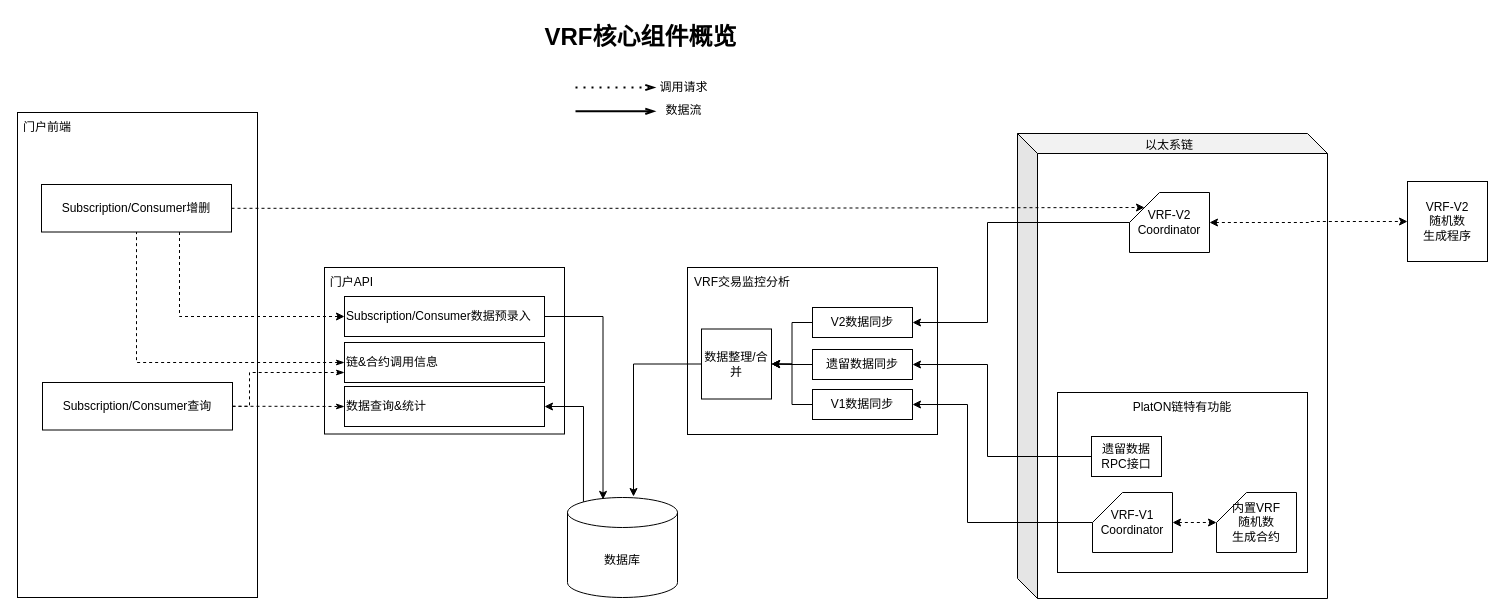
The draw.io diagram page "VRF核心组件概览" (1 of 6) of VRF-architecture.drawio in trevorch/drawio, before the edit. Source tidied: cells renumbered, new cells numbered last; positions are measured from the earlier drawing's top-left corner, leaving out a move shared by most shapes. Both pictures are drawn from the tidied source at 100%, with x=0, y=0 at pixel (17, 17).
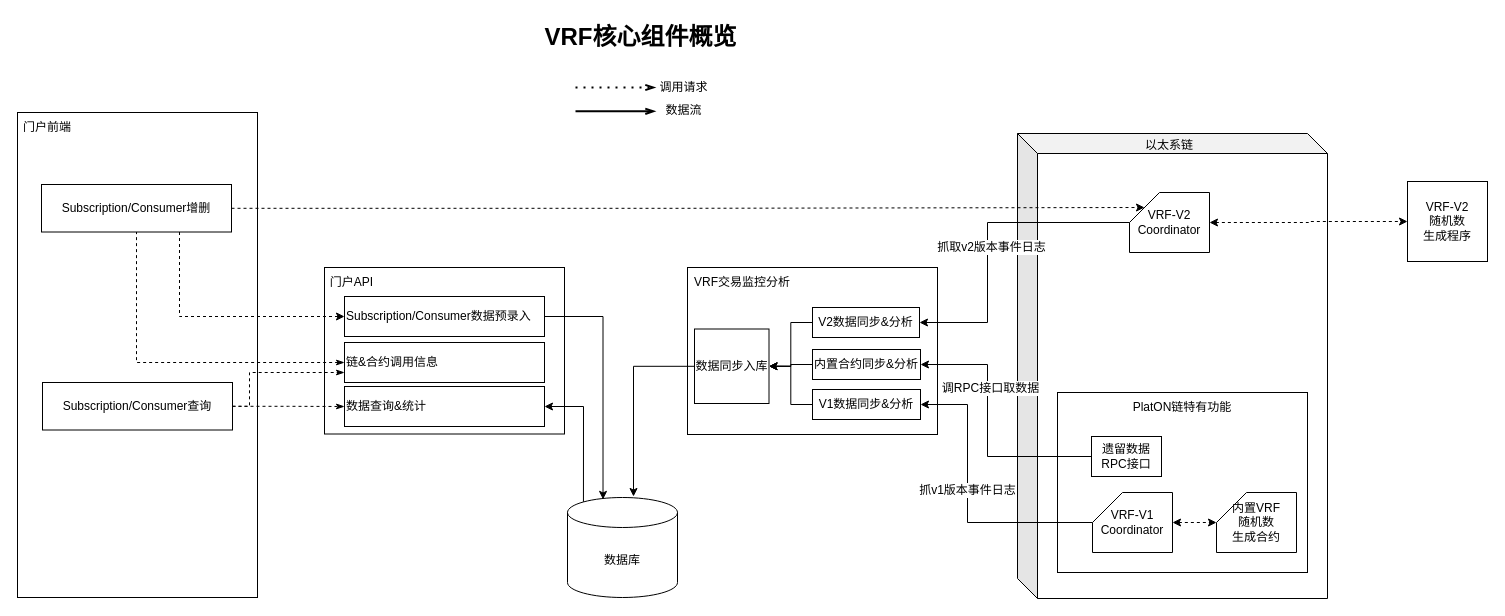
After the change.

The change refers to these unchanged cells:
```xml
<mxCell id="2" style="group;" parent="1" vertex="1">
  <mxGeometry x="670" y="250" width="250" height="167" as="geometry" />
</mxCell>
<mxCell id="31" style="edgeStyle=orthogonalEdgeStyle;rounded=0;jettySize=auto;html=1;entryX=1;entryY=0.5;entryDx=0;entryDy=0;fontSize=12;startArrow=none;startFill=0;" parent="1" edge="1" source="22" target="7">
  <mxGeometry relative="1" as="geometry">
    <Array as="points">
      <mxPoint x="970" y="205" />
      <mxPoint x="970" y="305" />
    </Array>
  </mxGeometry>
</mxCell>
<mxCell id="32" style="edgeStyle=orthogonalEdgeStyle;rounded=0;jettySize=auto;html=1;entryX=1;entryY=0.5;entryDx=0;entryDy=0;fontSize=12;startArrow=none;startFill=0;" parent="1" edge="1" source="20" target="5">
  <mxGeometry relative="1" as="geometry">
    <Array as="points">
      <mxPoint x="970" y="439" />
      <mxPoint x="970" y="347" />
    </Array>
  </mxGeometry>
</mxCell>
<mxCell id="33" style="edgeStyle=orthogonalEdgeStyle;rounded=0;jettySize=auto;html=1;entryX=1;entryY=0.5;entryDx=0;entryDy=0;fontSize=12;startArrow=none;startFill=0;" parent="1" edge="1" source="19" target="6">
  <mxGeometry relative="1" as="geometry">
    <Array as="points">
      <mxPoint x="950" y="505" />
      <mxPoint x="950" y="387" />
    </Array>
  </mxGeometry>
</mxCell>
```

Change to the diagram source:
```diff
@@
-    <mxCell id="5" value="遗留数据同步" style="rounded=0;whiteSpace=wrap;html=1;fontSize=12;" parent="2" vertex="1">
-      <mxGeometry x="125" y="82" width="100" height="30" as="geometry" />
+    <mxCell id="5" value="内置合约同步&amp;amp;分析" style="rounded=0;whiteSpace=wrap;html=1;fontSize=12;" parent="2" vertex="1">
+      <mxGeometry x="125" y="82" width="108" height="30" as="geometry" />
     </mxCell>
-    <mxCell id="6" value="V1数据同步" style="rounded=0;whiteSpace=wrap;html=1;fontSize=12;" parent="2" vertex="1">
-      <mxGeometry x="125" y="122" width="100" height="30" as="geometry" />
+    <mxCell id="6" value="V1数据同步&amp;amp;分析" style="rounded=0;whiteSpace=wrap;html=1;fontSize=12;" parent="2" vertex="1">
+      <mxGeometry x="125" y="122" width="108" height="30" as="geometry" />
     </mxCell>
-    <mxCell id="7" value="V2数据同步" style="rounded=0;whiteSpace=wrap;html=1;fontSize=12;" parent="2" vertex="1">
-      <mxGeometry x="125" y="40" width="100" height="30" as="geometry" />
+    <mxCell id="7" value="V2数据同步&amp;amp;分析" style="rounded=0;whiteSpace=wrap;html=1;fontSize=12;" parent="2" vertex="1">
+      <mxGeometry x="125" y="40" width="107" height="30" as="geometry" />
     </mxCell>
-    <mxCell id="8" value="数据整理/合并" style="whiteSpace=wrap;html=1;fontSize=12;" parent="2" vertex="1">
-      <mxGeometry x="14" y="61.5" width="70" height="70" as="geometry" />
+    <mxCell id="8" value="数据同步入库" style="whiteSpace=wrap;html=1;fontSize=12;" parent="2" vertex="1">
+      <mxGeometry x="7" y="61.5" width="74.5" height="74.5" as="geometry" />
     </mxCell>
@@
+    <mxCell id="52" value="抓取v2版本事件日志" style="edgeLabel;html=1;align=center;verticalAlign=middle;fontSize=12;" parent="31" vertex="1">
+      <mxGeometry x="0.07" y="3" relative="1" as="geometry" />
+    </mxCell>
@@
+    <mxCell id="53" value="调RPC接口取数据" style="edgeLabel;html=1;align=center;verticalAlign=middle;fontSize=12;" parent="32" vertex="1">
+      <mxGeometry x="0.24" y="-1" relative="1" as="geometry">
+        <mxPoint x="1" y="-10" as="offset" />
+      </mxGeometry>
+    </mxCell>
@@
+    <mxCell id="54" value="抓v1版本事件日志" style="edgeLabel;html=1;align=center;verticalAlign=middle;fontSize=12;" parent="33" vertex="1">
+      <mxGeometry x="0.09" y="1" relative="1" as="geometry" />
+    </mxCell>
```
